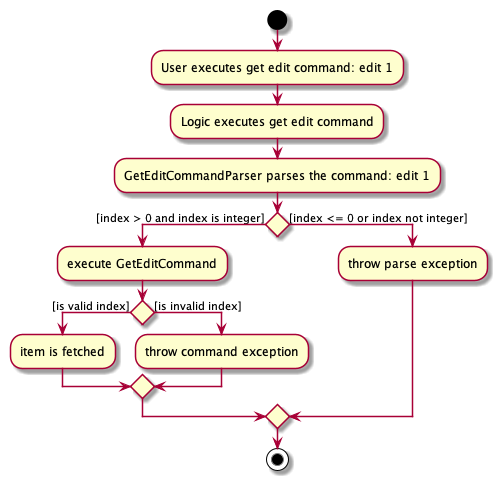
Above: docs/images/implementation/activityDiagrams/GetEditCommandActivityDiagram.png in nus-cs2103-AY2021S1/tp (PlantUML), before the change.
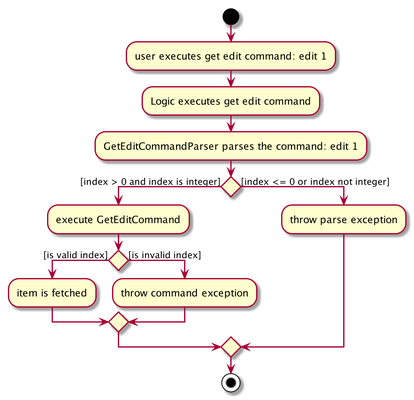
Later version of the same file.

Commit message:
Update diagram typo

Change to the diagram source:
```diff
@@ -1,6 +1,6 @@
 @startuml
 start
-:User executes get edit command: edit 1;
+:user executes get edit command: edit 1;
 :Logic executes get edit command;
 :GetEditCommandParser parses the command: edit 1;
 
```
